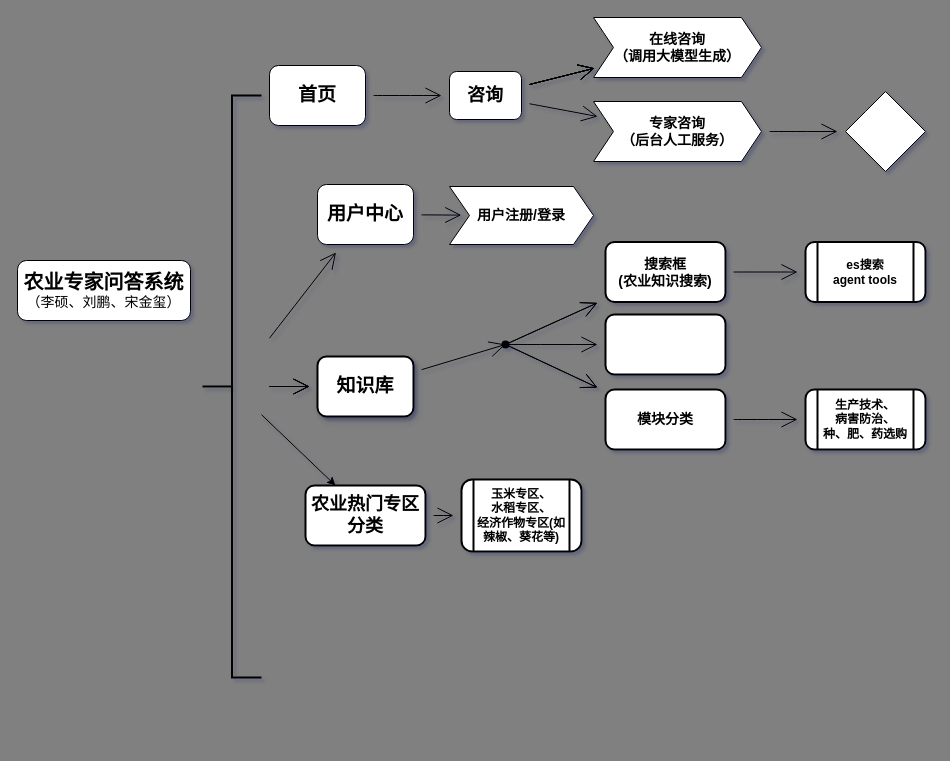
ls-github123/Agriculture_interlocution keeps this draw.io diagram as P5-农业专家问答系统项目-流程图.drawio. Above is the earlier version. Source tidied: cells renumbered, new cells numbered last; positions are measured from the earlier drawing's top-left corner, leaving out a move shared by most shapes. Both pictures are drawn from the tidied source at 100%, with x=0, y=0 at pixel (17, 17).
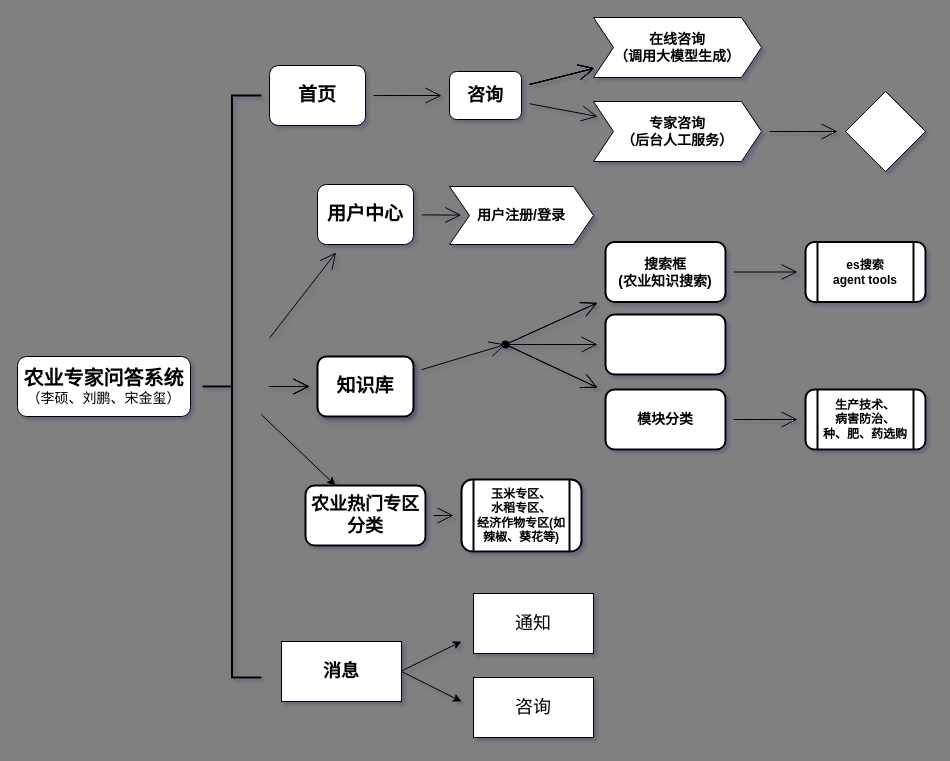
The same page after the edit.

Diff of the diagram source:
```diff
@@
     <mxCell id="2" value="&lt;font size=&quot;1&quot;&gt;&lt;span style=&quot;font-size: 14px&quot;&gt;&lt;span style=&quot;font-weight: bold ; font-size: 20px&quot;&gt;农业专家问答系统&lt;/span&gt;&lt;br&gt;（李硕、刘鹏、宋金玺）&lt;br&gt;&lt;/span&gt;&lt;/font&gt;" style="rounded=1;whiteSpace=wrap;html=1;hachureGap=4;labelBackgroundColor=none;spacing=4;spacingBottom=0;" parent="1" vertex="1">
-      <mxGeometry y="243" width="173" height="60" as="geometry" />
+      <mxGeometry y="339" width="173" height="60" as="geometry" />
     </mxCell>
@@
+    <mxCell id="43" style="edgeStyle=none;html=1;exitX=1;exitY=0.5;exitDx=0;exitDy=0;fontSize=18;" parent="1" edge="1" source="44">
+      <mxGeometry relative="1" as="geometry">
+        <mxPoint x="444" y="684" as="targetPoint" />
+      </mxGeometry>
+    </mxCell>
+    <mxCell id="44" value="&lt;b&gt;&lt;font style=&quot;font-size: 18px;&quot;&gt;消息&lt;/font&gt;&lt;/b&gt;" style="whiteSpace=wrap;html=1;" parent="1" vertex="1">
+      <mxGeometry x="264" y="624" width="120" height="60" as="geometry" />
+    </mxCell>
+    <mxCell id="45" style="edgeStyle=none;orthogonalLoop=1;jettySize=auto;html=1;fontSize=18;" parent="1" edge="1">
+      <mxGeometry relative="1" as="geometry">
+        <mxPoint x="384" y="653.5" as="sourcePoint" />
+        <mxPoint x="444" y="624" as="targetPoint" />
+      </mxGeometry>
+    </mxCell>
+    <mxCell id="46" value="通知" style="whiteSpace=wrap;html=1;fontSize=18;" parent="1" vertex="1">
+      <mxGeometry x="456" y="576" width="120" height="60" as="geometry" />
+    </mxCell>
+    <mxCell id="47" value="咨询" style="whiteSpace=wrap;html=1;fontSize=18;" parent="1" vertex="1">
+      <mxGeometry x="456" y="660" width="120" height="60" as="geometry" />
+    </mxCell>
```
